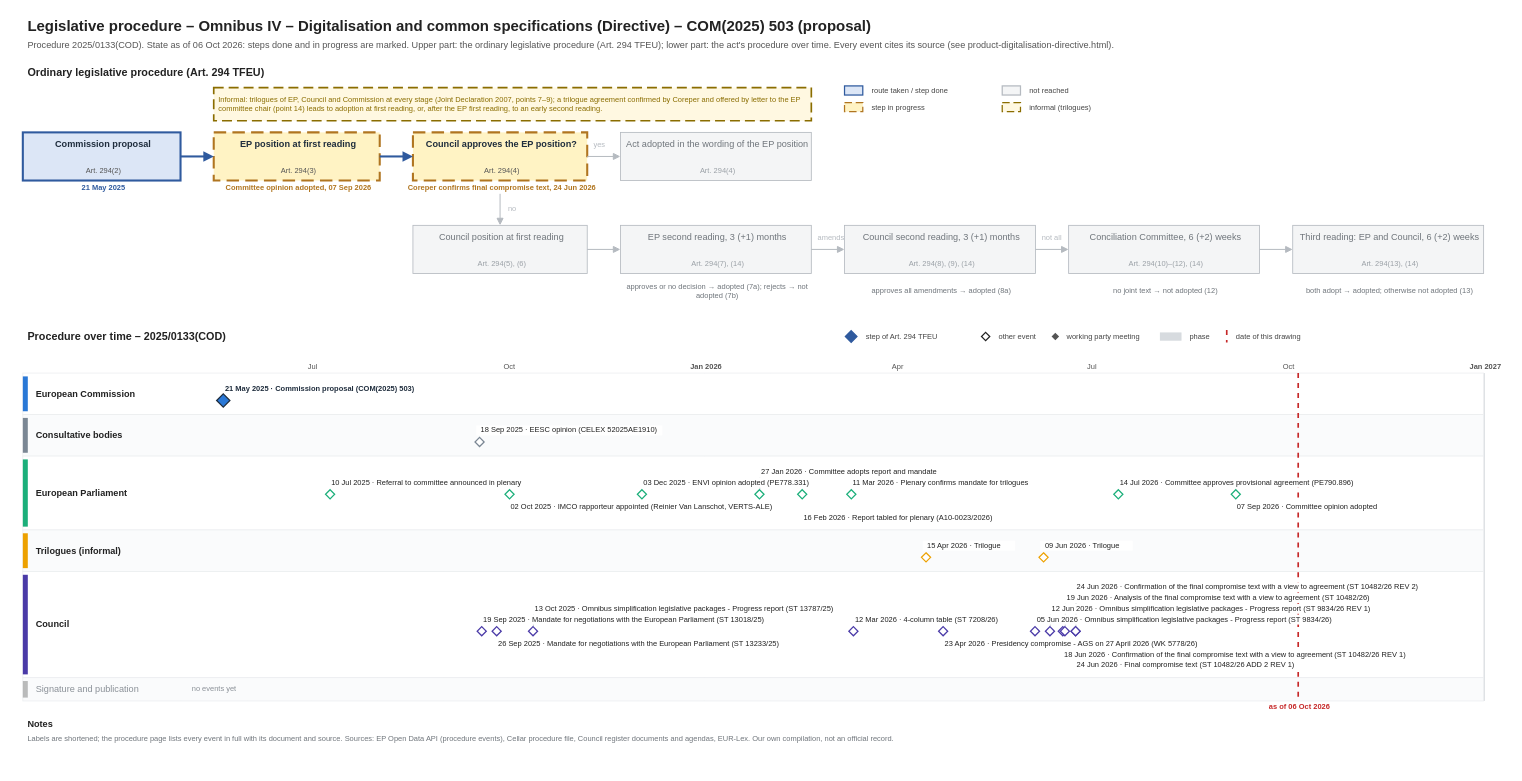
This is procedures/product-digitalisation-directive.drawio from git-z0man/eu-regulation-timeline, a draw.io file, before an edit. Source tidied: cells renumbered, new cells numbered last; positions are measured from the earlier drawing's top-left corner, leaving out a move shared by most shapes. Both pictures are drawn from the tidied source at 83%, with x=0, y=0 at pixel (14, 14).
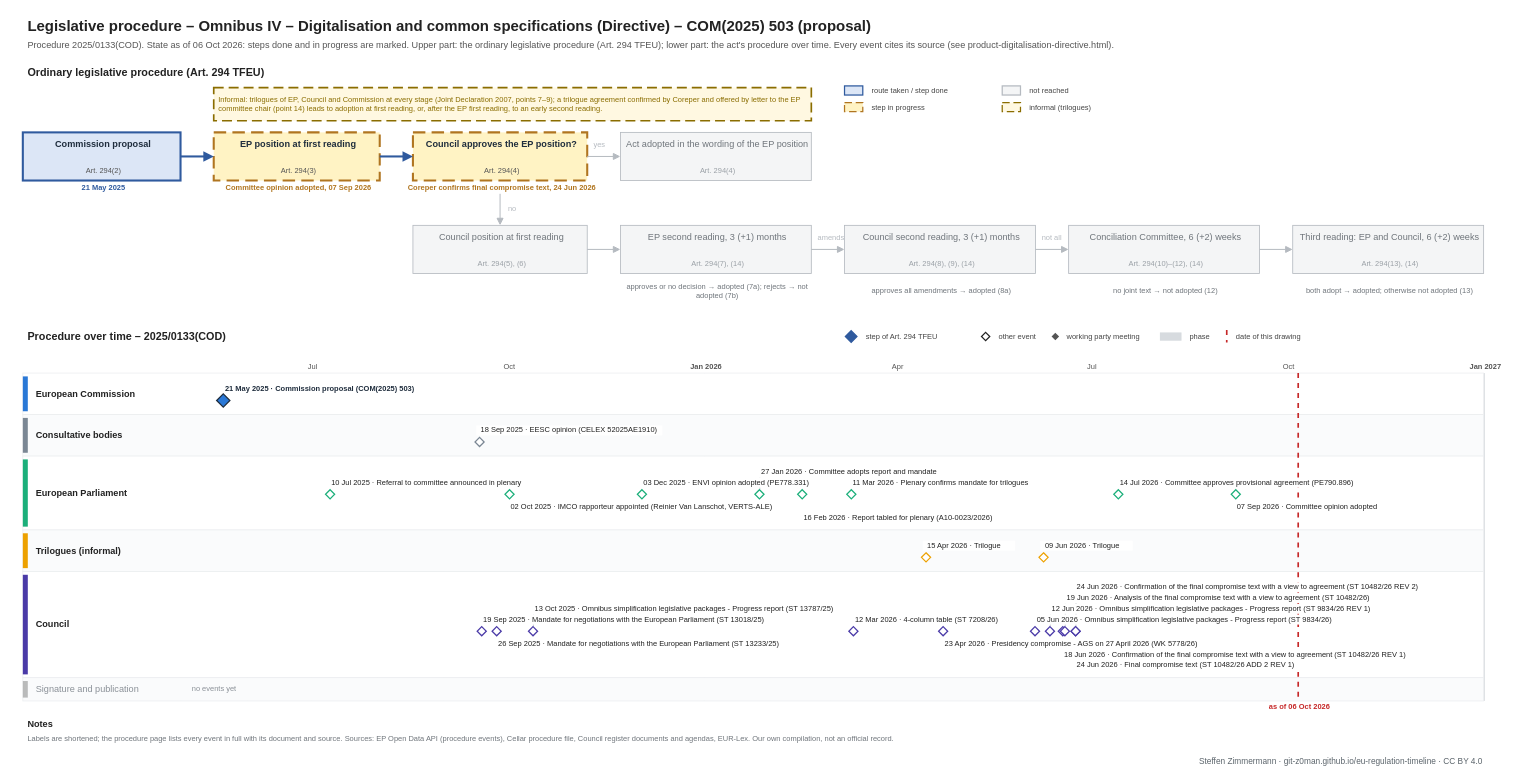
The same page after the edit.

What changed in the source:
```diff
@@
+    <mxCell id="177" value="Steffen Zimmermann · git-z0man.github.io/eu-regulation-timeline · CC BY 4.0" style="text;html=1;fontSize=10;fontColor=#5b646b;align=right;verticalAlign=middle;spacingLeft=4;" parent="1" vertex="1">
+      <mxGeometry x="10" y="891" width="1760" height="16" as="geometry" />
+    </mxCell>
```
